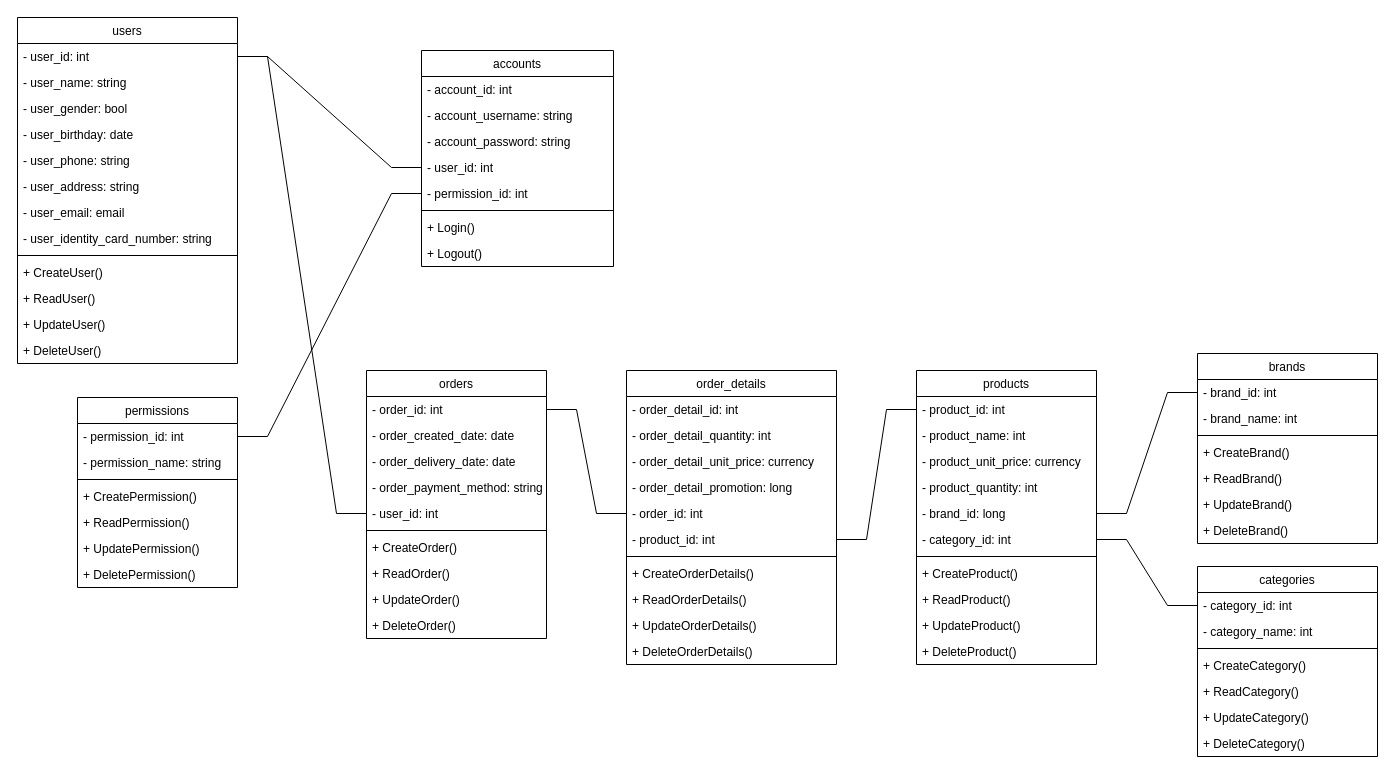
Above: documents/class-diagram.drawio in hoatc99/php-ecommerce-website (draw.io), before the change. Source tidied: cells renumbered, new cells numbered last; positions are measured from the earlier drawing's top-left corner, leaving out a move shared by most shapes. Both pictures are drawn from the tidied source at 100%, with x=0, y=0 at pixel (17, 17).
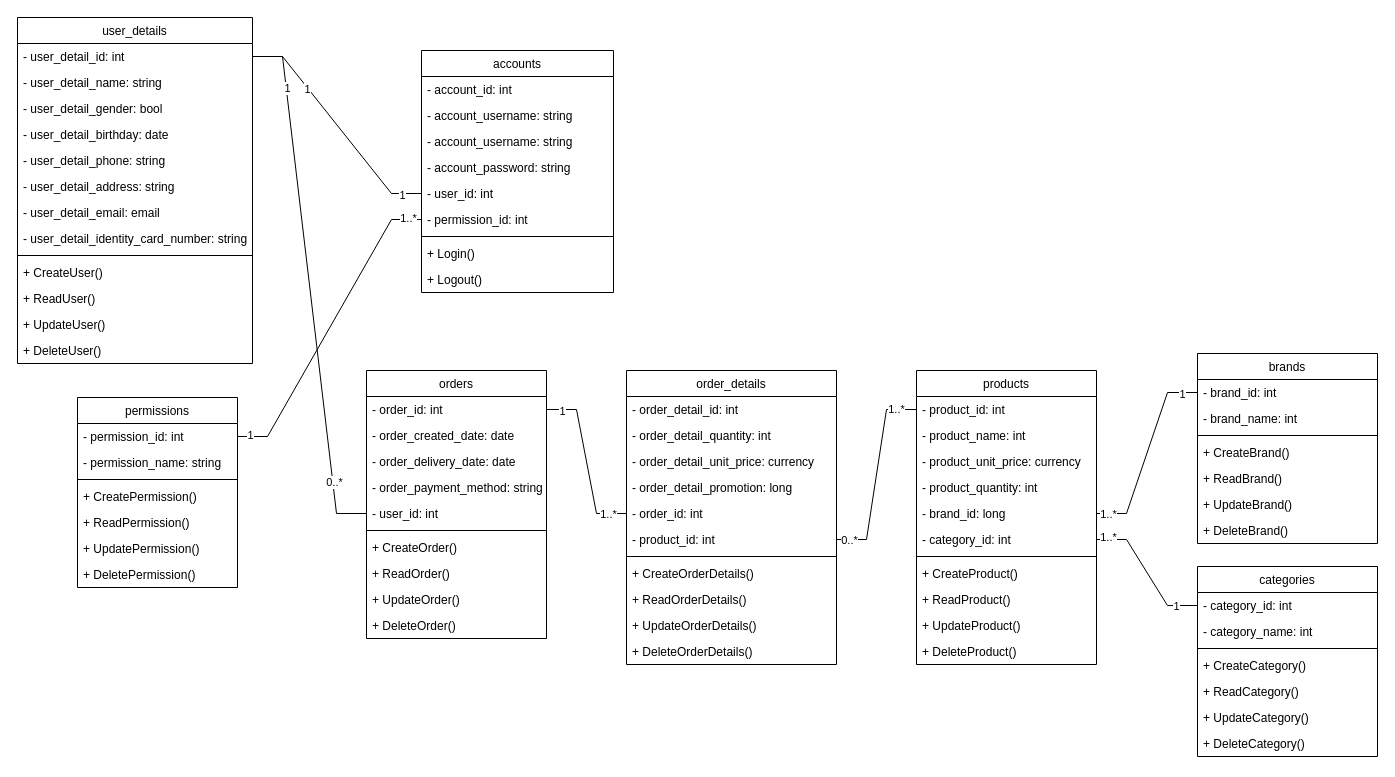
The same page after the edit.

Commit message:
added multiplicity into entities, changed the entity's name from users to user_details

Unchanged cells that the change refers to:
```xml
<mxCell id="16" style="edgeStyle=entityRelationEdgeStyle;rounded=0;jettySize=auto;html=1;endArrow=none;endFill=0;" parent="1" edge="1" source="18" target="41">
  <mxGeometry relative="1" as="geometry" />
</mxCell>
<mxCell id="45" style="endArrow=none;shadow=0;strokeWidth=1;rounded=0;endFill=0;edgeStyle=entityRelationEdgeStyle;elbow=vertical;" parent="1" edge="1" source="3" target="40">
  <mxGeometry x="0.5" y="41" relative="1" as="geometry">
    <mxPoint x="-40" y="32" as="offset" />
  </mxGeometry>
</mxCell>
<mxCell id="46" style="edgeStyle=entityRelationEdgeStyle;rounded=0;jettySize=auto;html=1;endArrow=none;endFill=0;" parent="1" edge="1" source="30" target="3">
  <mxGeometry relative="1" as="geometry" />
</mxCell>
<mxCell id="59" style="edgeStyle=entityRelationEdgeStyle;rounded=0;jettySize=auto;html=1;endArrow=none;endFill=0;elbow=vertical;" parent="1" edge="1" source="26" target="52">
  <mxGeometry relative="1" as="geometry" />
</mxCell>
<mxCell id="72" style="edgeStyle=entityRelationEdgeStyle;rounded=0;jettySize=auto;html=1;endArrow=none;endFill=0;elbow=vertical;" parent="1" edge="1" source="53" target="61">
  <mxGeometry relative="1" as="geometry" />
</mxCell>
<mxCell id="81" style="edgeStyle=entityRelationEdgeStyle;rounded=0;jettySize=auto;html=1;endArrow=none;endFill=0;" parent="1" edge="1" source="66" target="74">
  <mxGeometry relative="1" as="geometry" />
</mxCell>
<mxCell id="90" style="edgeStyle=entityRelationEdgeStyle;rounded=0;jettySize=auto;html=1;endArrow=none;endFill=0;" parent="1" edge="1" source="83" target="65">
  <mxGeometry relative="1" as="geometry" />
</mxCell>
```

Change to the diagram source:
```diff
@@
-    <mxCell id="2" value="users" style="swimlane;fontStyle=0;align=center;verticalAlign=top;horizontal=1;startSize=26;rounded=0;shadow=0;strokeWidth=1;" parent="1" vertex="1">
-      <mxGeometry width="220" height="346" as="geometry" />
+    <mxCell id="2" value="user_details" style="swimlane;fontStyle=0;align=center;verticalAlign=top;horizontal=1;startSize=26;rounded=0;shadow=0;strokeWidth=1;" parent="1" vertex="1">
+      <mxGeometry width="235" height="346" as="geometry" />
     </mxCell>
-    <mxCell id="3" value="- user_id: int" style="text;align=left;verticalAlign=top;spacingLeft=4;spacingRight=4;overflow=hidden;points=[[0,0.5],[1,0.5]];portConstraint=eastwest;" parent="2" vertex="1">
-      <mxGeometry y="26" width="220" height="26" as="geometry" />
+    <mxCell id="3" value="- user_detail_id: int" style="text;align=left;verticalAlign=top;spacingLeft=4;spacingRight=4;overflow=hidden;points=[[0,0.5],[1,0.5]];portConstraint=eastwest;" parent="2" vertex="1">
+      <mxGeometry y="26" width="235" height="26" as="geometry" />
     </mxCell>
-    <mxCell id="4" value="- user_name: string" style="text;align=left;verticalAlign=top;spacingLeft=4;spacingRight=4;overflow=hidden;rounded=0;shadow=0;html=0;" parent="2" vertex="1">
-      <mxGeometry y="52" width="220" height="26" as="geometry" />
+    <mxCell id="4" value="- user_detail_name: string" style="text;align=left;verticalAlign=top;spacingLeft=4;spacingRight=4;overflow=hidden;rounded=0;shadow=0;html=0;" parent="2" vertex="1">
+      <mxGeometry y="52" width="235" height="26" as="geometry" />
     </mxCell>
-    <mxCell id="5" value="- user_gender: bool" style="text;align=left;verticalAlign=top;spacingLeft=4;spacingRight=4;overflow=hidden;rounded=0;shadow=0;html=0;" parent="2" vertex="1">
-      <mxGeometry y="78" width="220" height="26" as="geometry" />
+    <mxCell id="5" value="- user_detail_gender: bool" style="text;align=left;verticalAlign=top;spacingLeft=4;spacingRight=4;overflow=hidden;rounded=0;shadow=0;html=0;" parent="2" vertex="1">
+      <mxGeometry y="78" width="235" height="26" as="geometry" />
     </mxCell>
-    <mxCell id="6" value="- user_birthday: date" style="text;align=left;verticalAlign=top;spacingLeft=4;spacingRight=4;overflow=hidden;rounded=0;shadow=0;html=0;" parent="2" vertex="1">
-      <mxGeometry y="104" width="220" height="26" as="geometry" />
+    <mxCell id="6" value="- user_detail_birthday: date" style="text;align=left;verticalAlign=top;spacingLeft=4;spacingRight=4;overflow=hidden;rounded=0;shadow=0;html=0;" parent="2" vertex="1">
+      <mxGeometry y="104" width="235" height="26" as="geometry" />
     </mxCell>
-    <mxCell id="7" value="- user_phone: string" style="text;align=left;verticalAlign=top;spacingLeft=4;spacingRight=4;overflow=hidden;rounded=0;shadow=0;html=0;" parent="2" vertex="1">
-      <mxGeometry y="130" width="220" height="26" as="geometry" />
+    <mxCell id="7" value="- user_detail_phone: string" style="text;align=left;verticalAlign=top;spacingLeft=4;spacingRight=4;overflow=hidden;rounded=0;shadow=0;html=0;" parent="2" vertex="1">
+      <mxGeometry y="130" width="235" height="26" as="geometry" />
     </mxCell>
-    <mxCell id="8" value="- user_address: string" style="text;align=left;verticalAlign=top;spacingLeft=4;spacingRight=4;overflow=hidden;rounded=0;shadow=0;html=0;" parent="2" vertex="1">
-      <mxGeometry y="156" width="220" height="26" as="geometry" />
+    <mxCell id="8" value="- user_detail_address: string" style="text;align=left;verticalAlign=top;spacingLeft=4;spacingRight=4;overflow=hidden;rounded=0;shadow=0;html=0;" parent="2" vertex="1">
+      <mxGeometry y="156" width="235" height="26" as="geometry" />
     </mxCell>
-    <mxCell id="9" value="- user_email: email" style="text;align=left;verticalAlign=top;spacingLeft=4;spacingRight=4;overflow=hidden;rounded=0;shadow=0;html=0;" parent="2" vertex="1">
-      <mxGeometry y="182" width="220" height="26" as="geometry" />
+    <mxCell id="9" value="- user_detail_email: email" style="text;align=left;verticalAlign=top;spacingLeft=4;spacingRight=4;overflow=hidden;rounded=0;shadow=0;html=0;" parent="2" vertex="1">
+      <mxGeometry y="182" width="235" height="26" as="geometry" />
     </mxCell>
-    <mxCell id="10" value="- user_identity_card_number: string" style="text;align=left;verticalAlign=top;spacingLeft=4;spacingRight=4;overflow=hidden;rounded=0;shadow=0;html=0;" parent="2" vertex="1">
-      <mxGeometry y="208" width="220" height="26" as="geometry" />
+    <mxCell id="10" value="- user_detail_identity_card_number: string" style="text;align=left;verticalAlign=top;spacingLeft=4;spacingRight=4;overflow=hidden;rounded=0;shadow=0;html=0;" parent="2" vertex="1">
+      <mxGeometry y="208" width="235" height="26" as="geometry" />
     </mxCell>
     <mxCell id="11" style="line;html=1;strokeWidth=1;align=left;verticalAlign=middle;spacingTop=-1;spacingLeft=3;spacingRight=3;labelPosition=right;" parent="2" vertex="1">
-      <mxGeometry y="234" width="220" height="8" as="geometry" />
+      <mxGeometry y="234" width="235" height="8" as="geometry" />
     </mxCell>
     <mxCell id="12" value="+ CreateUser()" style="text;align=left;verticalAlign=top;spacingLeft=4;spacingRight=4;overflow=hidden;" parent="2" vertex="1">
-      <mxGeometry y="242" width="220" height="26" as="geometry" />
+      <mxGeometry y="242" width="235" height="26" as="geometry" />
     </mxCell>
     <mxCell id="13" value="+ ReadUser()" style="text;align=left;verticalAlign=top;spacingLeft=4;spacingRight=4;overflow=hidden;" parent="2" vertex="1">
-      <mxGeometry y="268" width="220" height="26" as="geometry" />
+      <mxGeometry y="268" width="235" height="26" as="geometry" />
     </mxCell>
     <mxCell id="14" value="+ UpdateUser()" style="text;align=left;verticalAlign=top;spacingLeft=4;spacingRight=4;overflow=hidden;" parent="2" vertex="1">
-      <mxGeometry y="294" width="220" height="26" as="geometry" />
+      <mxGeometry y="294" width="235" height="26" as="geometry" />
     </mxCell>
     <mxCell id="15" value="+ DeleteUser()" style="text;align=left;verticalAlign=top;spacingLeft=4;spacingRight=4;overflow=hidden;" parent="2" vertex="1">
-      <mxGeometry y="320" width="220" height="26" as="geometry" />
+      <mxGeometry y="320" width="235" height="26" as="geometry" />
     </mxCell>
@@
+    <mxCell id="91" value="1" style="edgeLabel;html=1;align=center;verticalAlign=middle;" parent="16" vertex="1">
+      <mxGeometry x="-0.92" y="2" relative="1" as="geometry" />
+    </mxCell>
+    <mxCell id="92" value="1..*" style="edgeLabel;html=1;align=center;verticalAlign=middle;" parent="16" vertex="1">
+      <mxGeometry x="0.91" y="2" relative="1" as="geometry" />
+    </mxCell>
@@
     <mxCell id="36" value="accounts" style="swimlane;fontStyle=0;align=center;verticalAlign=top;horizontal=1;startSize=26;rounded=0;shadow=0;strokeWidth=1;" parent="1" vertex="1">
-      <mxGeometry x="404" y="33" width="192" height="216" as="geometry" />
+      <mxGeometry x="404" y="33" width="192" height="242" as="geometry" />
     </mxCell>
@@
+    <mxCell id="93" value="- account_username: string" style="text;align=left;verticalAlign=top;spacingLeft=4;spacingRight=4;overflow=hidden;rounded=0;shadow=0;html=0;" parent="36" vertex="1">
+      <mxGeometry y="52" width="192" height="26" as="geometry" />
+    </mxCell>
     <mxCell id="38" value="- account_username: string" style="text;align=left;verticalAlign=top;spacingLeft=4;spacingRight=4;overflow=hidden;rounded=0;shadow=0;html=0;" parent="36" vertex="1">
-      <mxGeometry y="52" width="192" height="26" as="geometry" />
+      <mxGeometry y="78" width="192" height="26" as="geometry" />
     </mxCell>
     <mxCell id="39" value="- account_password: string" style="text;align=left;verticalAlign=top;spacingLeft=4;spacingRight=4;overflow=hidden;rounded=0;shadow=0;html=0;" parent="36" vertex="1">
-      <mxGeometry y="78" width="192" height="26" as="geometry" />
+      <mxGeometry y="104" width="192" height="26" as="geometry" />
     </mxCell>
     <mxCell id="40" value="- user_id: int" style="text;align=left;verticalAlign=top;spacingLeft=4;spacingRight=4;overflow=hidden;points=[[0,0.5],[1,0.5]];portConstraint=eastwest;rounded=0;shadow=0;html=0;" parent="36" vertex="1">
-      <mxGeometry y="104" width="192" height="26" as="geometry" />
+      <mxGeometry y="130" width="192" height="26" as="geometry" />
     </mxCell>
     <mxCell id="41" value="- permission_id: int" style="text;align=left;verticalAlign=top;spacingLeft=4;spacingRight=4;overflow=hidden;points=[[0,0.5],[1,0.5]];portConstraint=eastwest;rounded=0;shadow=0;html=0;" parent="36" vertex="1">
-      <mxGeometry y="130" width="192" height="26" as="geometry" />
+      <mxGeometry y="156" width="192" height="26" as="geometry" />
     </mxCell>
     <mxCell id="42" style="line;html=1;strokeWidth=1;align=left;verticalAlign=middle;spacingTop=-1;spacingLeft=3;spacingRight=3;labelPosition=right;" parent="36" vertex="1">
-      <mxGeometry y="156" width="192" height="8" as="geometry" />
+      <mxGeometry y="182" width="192" height="8" as="geometry" />
     </mxCell>
     <mxCell id="43" value="+ Login()" style="text;align=left;verticalAlign=top;spacingLeft=4;spacingRight=4;overflow=hidden;" parent="36" vertex="1">
-      <mxGeometry y="164" width="192" height="26" as="geometry" />
+      <mxGeometry y="190" width="192" height="26" as="geometry" />
     </mxCell>
     <mxCell id="44" value="+ Logout()" style="text;align=left;verticalAlign=top;spacingLeft=4;spacingRight=4;overflow=hidden;" parent="36" vertex="1">
-      <mxGeometry y="190" width="192" height="26" as="geometry" />
+      <mxGeometry y="216" width="192" height="26" as="geometry" />
     </mxCell>
@@
+    <mxCell id="94" value="1" style="edgeLabel;html=1;align=center;verticalAlign=middle;" parent="45" vertex="1">
+      <mxGeometry x="-0.4" y="-1" relative="1" as="geometry" />
+    </mxCell>
+    <mxCell id="95" value="1" style="edgeLabel;html=1;align=center;verticalAlign=middle;" parent="45" vertex="1">
+      <mxGeometry x="0.84" y="-1" relative="1" as="geometry" />
+    </mxCell>
@@
+    <mxCell id="96" value="1" style="edgeLabel;html=1;align=center;verticalAlign=middle;" parent="46" vertex="1">
+      <mxGeometry x="0.76" y="-1" relative="1" as="geometry" />
+    </mxCell>
+    <mxCell id="97" value="0..*" style="edgeLabel;html=1;align=center;verticalAlign=middle;" parent="46" vertex="1">
+      <mxGeometry x="-0.76" y="-1" relative="1" as="geometry" />
+    </mxCell>
@@
+    <mxCell id="98" value="1" style="edgeLabel;html=1;align=center;verticalAlign=middle;" parent="59" vertex="1">
+      <mxGeometry x="-0.82" y="-1" relative="1" as="geometry" />
+    </mxCell>
+    <mxCell id="99" value="1..*" style="edgeLabel;html=1;align=center;verticalAlign=middle;" parent="59" vertex="1">
+      <mxGeometry x="0.73" y="-1" relative="1" as="geometry">
+        <mxPoint x="3" y="-1" as="offset" />
+      </mxGeometry>
+    </mxCell>
@@
+    <mxCell id="100" value="1..*" style="edgeLabel;html=1;align=center;verticalAlign=middle;" parent="72" vertex="1">
+      <mxGeometry x="0.79" y="1" relative="1" as="geometry" />
+    </mxCell>
+    <mxCell id="101" value="0..*" style="edgeLabel;html=1;align=center;verticalAlign=middle;" parent="72" vertex="1">
+      <mxGeometry x="-0.87" relative="1" as="geometry" />
+    </mxCell>
@@
+    <mxCell id="102" value="1..*" style="edgeLabel;html=1;align=center;verticalAlign=middle;" parent="81" vertex="1">
+      <mxGeometry x="-0.84" y="3" relative="1" as="geometry" />
+    </mxCell>
+    <mxCell id="103" value="1" style="edgeLabel;html=1;align=center;verticalAlign=middle;" parent="81" vertex="1">
+      <mxGeometry x="0.69" relative="1" as="geometry" />
+    </mxCell>
@@
+    <mxCell id="104" value="1" style="edgeLabel;html=1;align=center;verticalAlign=middle;" parent="90" vertex="1">
+      <mxGeometry x="-0.83" y="1" relative="1" as="geometry" />
+    </mxCell>
+    <mxCell id="105" value="1..*" style="edgeLabel;html=1;align=center;verticalAlign=middle;" parent="90" vertex="1">
+      <mxGeometry x="0.88" relative="1" as="geometry" />
+    </mxCell>
```
